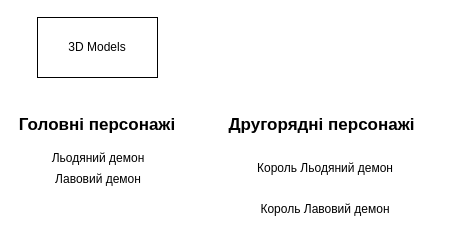
NSmocker/Lava-and-Ice keeps this draw.io diagram as page "Resources" (1 of 2) of Assets/Design Document/Design Document.drawio. Above is the earlier version. Source tidied: cells renumbered, new cells numbered last; positions are measured from the earlier drawing's top-left corner, leaving out a move shared by most shapes. Both pictures are drawn from the tidied source at 100%, with x=0, y=0 at pixel (17, 17).
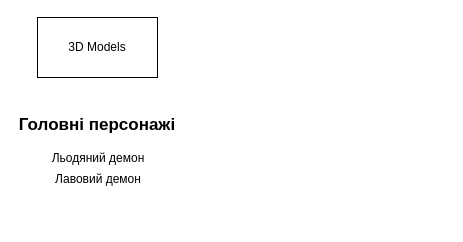
Above is the later version.

What changed in the source:
```diff
@@
 <mxGraphModel>
   <root>
     <mxCell id="0" />
     <mxCell id="1" parent="0" />
     <mxCell id="2" value="3D Models" style="rounded=0;whiteSpace=wrap;html=1;" parent="1" vertex="1">
       <mxGeometry x="20" width="120" height="60" as="geometry" />
     </mxCell>
     <mxCell id="3" value="Головні персонажі" style="text;html=1;strokeColor=none;fillColor=none;align=center;verticalAlign=middle;whiteSpace=wrap;rounded=0;fontStyle=1;fontSize=17;" parent="1" vertex="1">
       <mxGeometry y="93" width="160" height="30" as="geometry" />
     </mxCell>
     <mxCell id="4" value="Льодяний демон" style="text;html=1;strokeColor=none;fillColor=none;align=center;verticalAlign=middle;whiteSpace=wrap;rounded=0;" parent="1" vertex="1">
       <mxGeometry x="1" y="126" width="160" height="30" as="geometry" />
     </mxCell>
     <mxCell id="5" value="Лавовий демон" style="text;html=1;strokeColor=none;fillColor=none;align=center;verticalAlign=middle;whiteSpace=wrap;rounded=0;" parent="1" vertex="1">
       <mxGeometry x="1" y="147" width="160" height="30" as="geometry" />
     </mxCell>
-    <mxCell id="6" value="Другорядні персонажі" style="text;html=1;strokeColor=none;fillColor=none;align=center;verticalAlign=middle;whiteSpace=wrap;rounded=0;fontStyle=1;fontSize=17;" parent="1" vertex="1">
-      <mxGeometry x="180" y="81.5" width="249" height="53" as="geometry" />
-    </mxCell>
-    <mxCell id="7" value="Король Льодяний демон" style="text;html=1;strokeColor=none;fillColor=none;align=center;verticalAlign=middle;whiteSpace=wrap;rounded=0;" parent="1" vertex="1">
-      <mxGeometry x="228" y="136" width="160" height="30" as="geometry" />
-    </mxCell>
-    <mxCell id="8" value="Король Лавовий демон" style="text;html=1;strokeColor=none;fillColor=none;align=center;verticalAlign=middle;whiteSpace=wrap;rounded=0;" parent="1" vertex="1">
-      <mxGeometry x="228" y="177" width="160" height="30" as="geometry" />
-    </mxCell>
   </root>
 </mxGraphModel>
```
